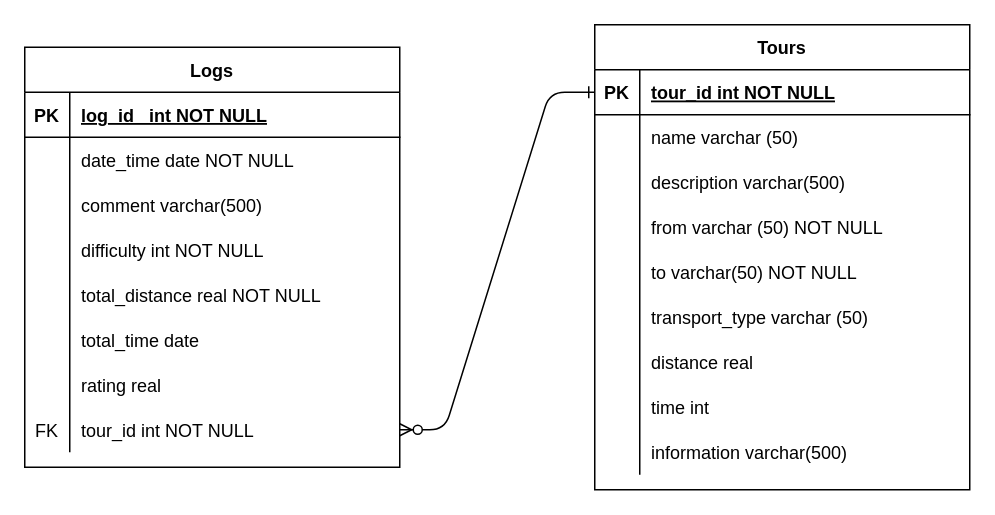
This is ERD.drawio from LeafyCloud01/TourPlanner, a draw.io file, before an edit. Source tidied: cells renumbered, new cells numbered last; positions are measured from the earlier drawing's top-left corner, leaving out a move shared by most shapes. Both pictures are drawn from the tidied source at 150%, with x=0, y=0 at pixel (24, 24).
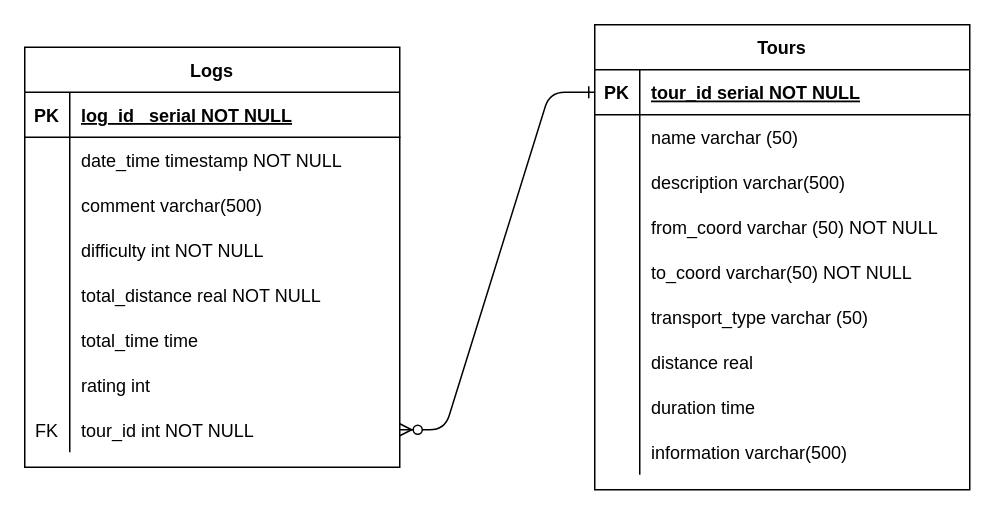
The same page after the edit.

Unchanged cells that the change refers to:
```xml
<mxCell id="4" style="shape=partialRectangle;fillColor=none;points=[[0,0.5],[1,0.5]];portConstraint=eastwest;top=0;left=0;right=0;bottom=1;" parent="3" vertex="1">
  <mxGeometry y="30" width="250" height="30" as="geometry" />
</mxCell>
<mxCell id="13" style="shape=partialRectangle;fillColor=none;top=0;left=0;right=0;bottom=0;" parent="3" vertex="1">
  <mxGeometry y="120" width="250" height="30" as="geometry" />
</mxCell>
<mxCell id="16" style="shape=partialRectangle;fillColor=none;top=0;left=0;right=0;bottom=0;" parent="3" vertex="1">
  <mxGeometry y="150" width="250" height="30" as="geometry" />
</mxCell>
<mxCell id="25" style="shape=partialRectangle;fillColor=none;top=0;left=0;right=0;bottom=0;" parent="3" vertex="1">
  <mxGeometry y="240" width="250" height="30" as="geometry" />
</mxCell>
<mxCell id="32" style="shape=partialRectangle;fillColor=none;top=0;left=0;right=0;bottom=1;" parent="31" vertex="1">
  <mxGeometry y="30" width="250" height="30" as="geometry" />
</mxCell>
<mxCell id="35" style="shape=partialRectangle;fillColor=none;top=0;left=0;right=0;bottom=0;" parent="31" vertex="1">
  <mxGeometry y="60" width="250" height="30" as="geometry" />
</mxCell>
<mxCell id="47" style="shape=partialRectangle;fillColor=none;top=0;left=0;right=0;bottom=0;" parent="31" vertex="1">
  <mxGeometry y="180" width="250" height="30" as="geometry" />
</mxCell>
<mxCell id="50" style="shape=partialRectangle;fillColor=none;top=0;left=0;right=0;bottom=0;" parent="31" vertex="1">
  <mxGeometry y="210" width="250" height="30" as="geometry" />
</mxCell>
```

The edit, as a diff of the source:
```diff
@@
-    <mxCell id="6" value="tour_id int NOT NULL" style="shape=partialRectangle;overflow=hidden;fillColor=none;top=0;left=0;bottom=0;right=0;align=left;spacingLeft=6;fontStyle=5;" parent="4" vertex="1">
+    <mxCell id="6" value="tour_id serial NOT NULL" style="shape=partialRectangle;overflow=hidden;fillColor=none;top=0;left=0;bottom=0;right=0;align=left;spacingLeft=6;fontStyle=5;" parent="4" vertex="1">
       <mxGeometry x="30" width="220" height="30" as="geometry" />
     </mxCell>
@@
-    <mxCell id="15" value="from varchar (50) NOT NULL" style="shape=partialRectangle;overflow=hidden;fillColor=none;top=0;left=0;bottom=0;right=0;align=left;spacingLeft=6;" parent="13" vertex="1">
+    <mxCell id="15" value="from_coord varchar (50) NOT NULL" style="shape=partialRectangle;overflow=hidden;fillColor=none;top=0;left=0;bottom=0;right=0;align=left;spacingLeft=6;" parent="13" vertex="1">
       <mxGeometry x="30" width="220" height="30" as="geometry" />
     </mxCell>
@@
-    <mxCell id="18" value="to varchar(50) NOT NULL" style="shape=partialRectangle;overflow=hidden;fillColor=none;top=0;left=0;bottom=0;right=0;align=left;spacingLeft=6;" parent="16" vertex="1">
+    <mxCell id="18" value="to_coord varchar(50) NOT NULL" style="shape=partialRectangle;overflow=hidden;fillColor=none;top=0;left=0;bottom=0;right=0;align=left;spacingLeft=6;" parent="16" vertex="1">
       <mxGeometry x="30" width="220" height="30" as="geometry" />
     </mxCell>
@@
-    <mxCell id="27" value="time int" style="shape=partialRectangle;overflow=hidden;fillColor=none;top=0;left=0;bottom=0;right=0;align=left;spacingLeft=6;" parent="25" vertex="1">
+    <mxCell id="27" value="duration time" style="shape=partialRectangle;overflow=hidden;fillColor=none;top=0;left=0;bottom=0;right=0;align=left;spacingLeft=6;" parent="25" vertex="1">
       <mxGeometry x="30" width="220" height="30" as="geometry" />
     </mxCell>
@@
-    <mxCell id="34" value="log_id   int NOT NULL" style="shape=partialRectangle;overflow=hidden;fillColor=none;top=0;left=0;bottom=0;right=0;align=left;spacingLeft=6;fontStyle=5;" parent="32" vertex="1">
+    <mxCell id="34" value="log_id   serial NOT NULL" style="shape=partialRectangle;overflow=hidden;fillColor=none;top=0;left=0;bottom=0;right=0;align=left;spacingLeft=6;fontStyle=5;" parent="32" vertex="1">
       <mxGeometry x="30" width="220" height="30" as="geometry" />
     </mxCell>
@@
-    <mxCell id="37" value="date_time date NOT NULL" style="shape=partialRectangle;overflow=hidden;fillColor=none;top=0;left=0;bottom=0;right=0;align=left;spacingLeft=6;" parent="35" vertex="1">
+    <mxCell id="37" value="date_time timestamp NOT NULL" style="shape=partialRectangle;overflow=hidden;fillColor=none;top=0;left=0;bottom=0;right=0;align=left;spacingLeft=6;" parent="35" vertex="1">
       <mxGeometry x="30" width="220" height="30" as="geometry" />
     </mxCell>
@@
-    <mxCell id="49" value="total_time date" style="shape=partialRectangle;overflow=hidden;fillColor=none;top=0;left=0;bottom=0;right=0;align=left;spacingLeft=6;" parent="47" vertex="1">
+    <mxCell id="49" value="total_time time" style="shape=partialRectangle;overflow=hidden;fillColor=none;top=0;left=0;bottom=0;right=0;align=left;spacingLeft=6;" parent="47" vertex="1">
       <mxGeometry x="30" width="220" height="30" as="geometry" />
     </mxCell>
@@
-    <mxCell id="52" value="rating real" style="shape=partialRectangle;overflow=hidden;fillColor=none;top=0;left=0;bottom=0;right=0;align=left;spacingLeft=6;" parent="50" vertex="1">
+    <mxCell id="52" value="rating int" style="shape=partialRectangle;overflow=hidden;fillColor=none;top=0;left=0;bottom=0;right=0;align=left;spacingLeft=6;" parent="50" vertex="1">
       <mxGeometry x="30" width="220" height="30" as="geometry" />
     </mxCell>
```
